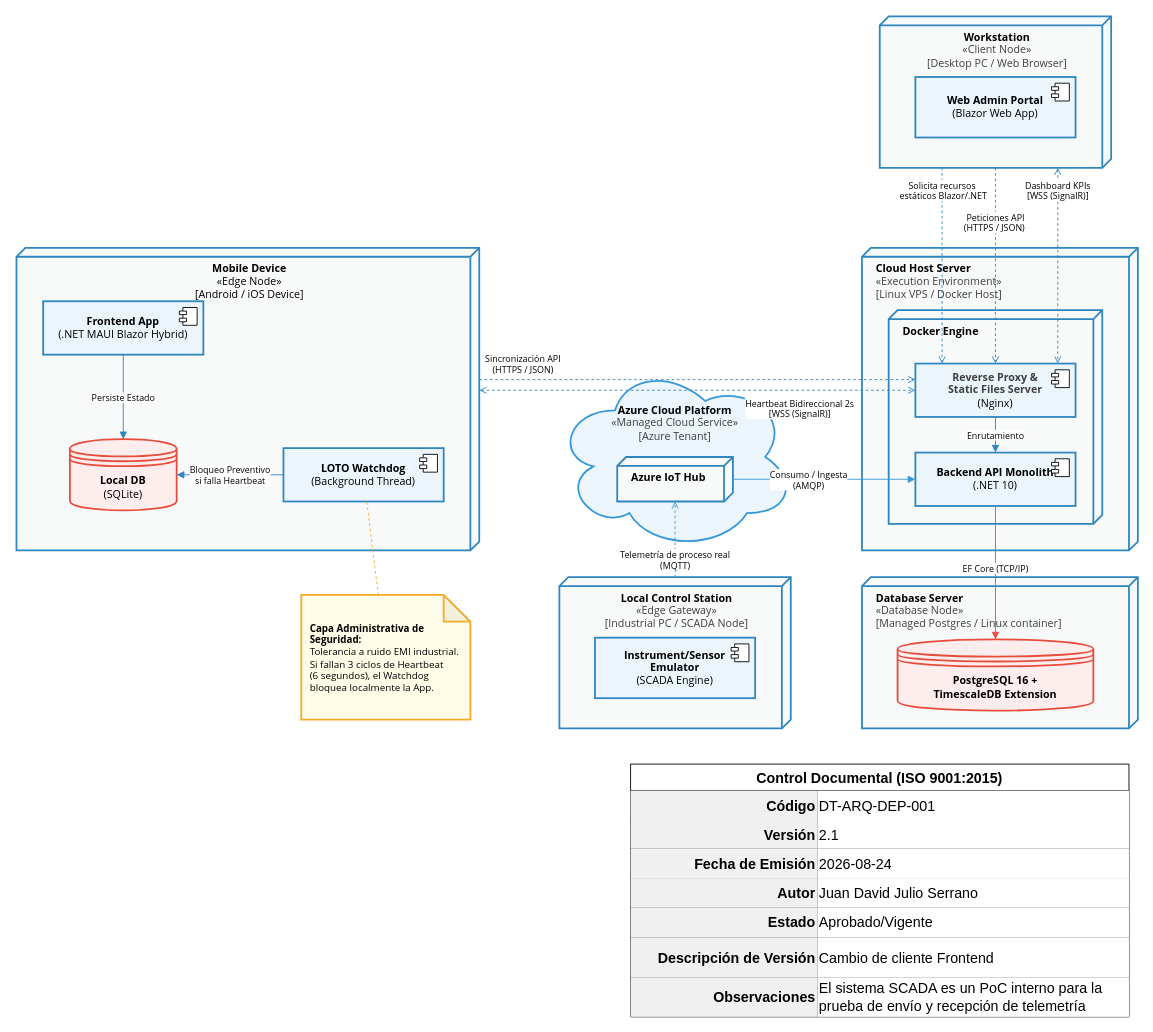
Above: page "Ver 2.x" (2 of 2) of architecture/views/DT-ARQ-DEP-001-deployment-model.drawio in Novav20/adso-dteam-docs (draw.io), before the change. Source tidied: cells renumbered, new cells numbered last; positions are measured from the earlier drawing's top-left corner, leaving out a move shared by most shapes. Both pictures are drawn from the tidied source at 89%, with x=0, y=0 at pixel (16, 16).
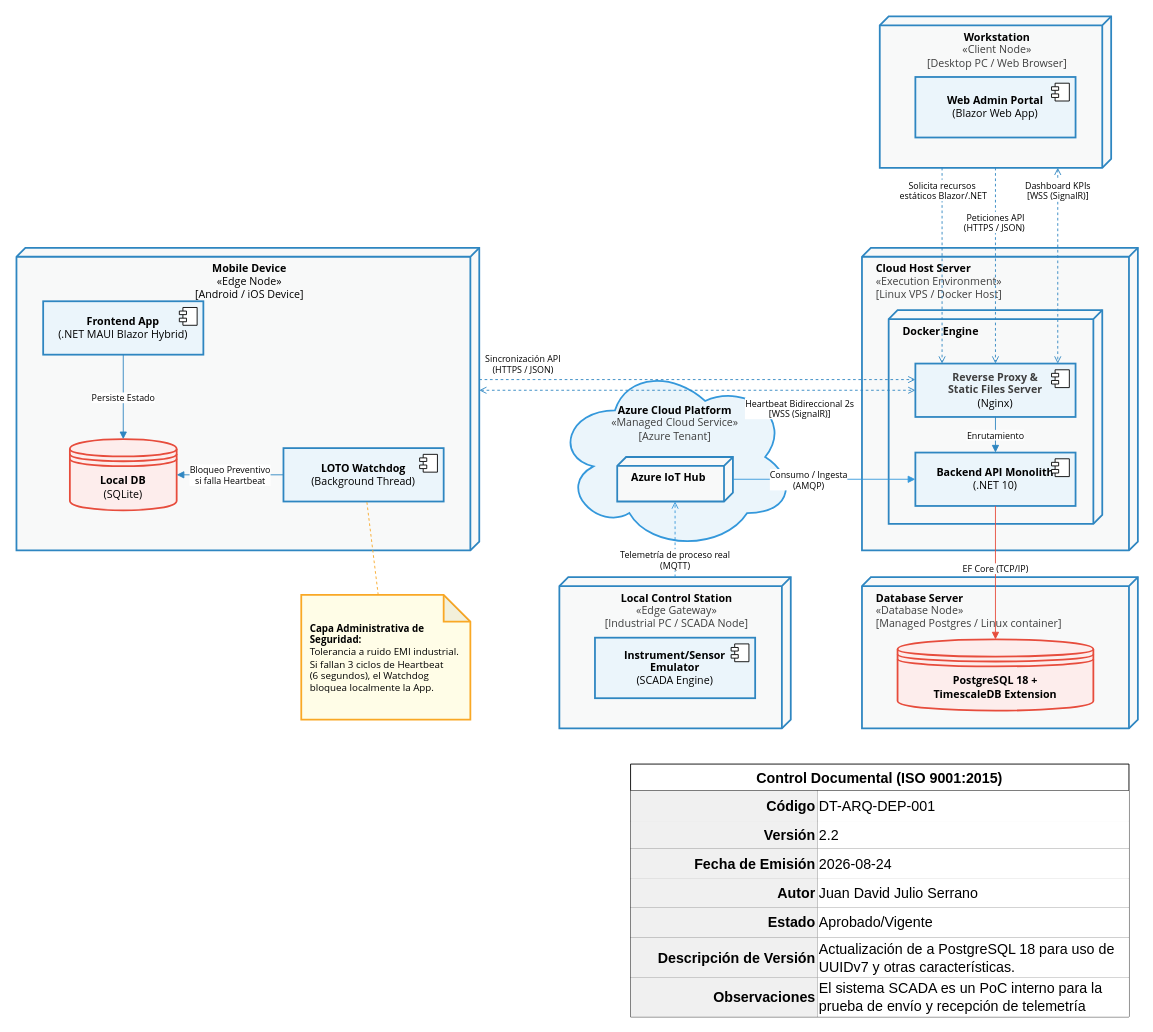
Above is the later version.

Commit message (it also covers changes not shown here):
feat: remove puml conceptual model in favor of drawio; update PostgreSQL 16 to 18 from tech stack

Unchanged cells that the change refers to:
```xml
<mxCell id="31" style="shape=tableRow;horizontal=0;startSize=0;swimlaneHead=0;swimlaneBody=0;strokeColor=inherit;top=0;left=0;bottom=0;right=0;fillColor=none;fontSize=16;" parent="27" vertex="1">
  <mxGeometry y="64" width="560" height="31" as="geometry" />
</mxCell>
<mxCell id="43" style="shape=tableRow;horizontal=0;startSize=0;swimlaneHead=0;swimlaneBody=0;strokeColor=inherit;top=0;left=0;bottom=0;right=0;fillColor=none;fontSize=16;" parent="27" vertex="1">
  <mxGeometry y="195" width="560" height="45" as="geometry" />
</mxCell>
```

Diff of the diagram source:
```diff
@@
-    <mxCell id="17" value="&lt;b&gt;PostgreSQL 16 +&lt;/b&gt;&lt;br/&gt;&lt;b&gt;TimescaleDB Extension&lt;/b&gt;" style="shape=datastore;whiteSpace=wrap;html=1;fillColor=#FDEDEC;strokeColor=#E74C3C;strokeWidth=2;fontSize=12;fontFamily=Segoe UI;" parent="1" vertex="1">
+    <mxCell id="17" value="&lt;b&gt;PostgreSQL 18 +&lt;/b&gt;&lt;br&gt;&lt;b&gt;TimescaleDB Extension&lt;/b&gt;" style="shape=datastore;whiteSpace=wrap;html=1;fillColor=#FDEDEC;strokeColor=#E74C3C;strokeWidth=2;fontSize=12;fontFamily=Segoe UI;" parent="1" vertex="1">
       <mxGeometry x="990" y="700" width="220" height="80" as="geometry" />
     </mxCell>
@@
-    <mxCell id="33" value="2.1" style="shape=partialRectangle;html=1;whiteSpace=wrap;strokeColor=inherit;overflow=hidden;fillColor=default;top=0;left=0;bottom=0;right=0;fontSize=16;align=left;" parent="31" vertex="1">
+    <mxCell id="33" value="2.2" style="shape=partialRectangle;html=1;whiteSpace=wrap;strokeColor=inherit;overflow=hidden;fillColor=default;top=0;left=0;bottom=0;right=0;fontSize=16;align=left;" parent="31" vertex="1">
       <mxGeometry x="210" width="350" height="31" as="geometry" />
     </mxCell>
@@
-    <mxCell id="45" value="&lt;span style=&quot;color: rgb(0, 0, 0);&quot;&gt;Cambio de cliente Frontend&lt;/span&gt;" style="shape=partialRectangle;html=1;whiteSpace=wrap;strokeColor=inherit;overflow=hidden;fillColor=default;top=0;left=0;bottom=0;right=0;fontSize=16;align=left;" parent="43" vertex="1">
+    <mxCell id="45" value="&lt;span style=&quot;color: rgb(0, 0, 0);&quot;&gt;Actualización de a PostgreSQL 18 para uso de UUIDv7 y otras características.&lt;/span&gt;" style="shape=partialRectangle;html=1;whiteSpace=wrap;strokeColor=inherit;overflow=hidden;fillColor=default;top=0;left=0;bottom=0;right=0;fontSize=16;align=left;" parent="43" vertex="1">
       <mxGeometry x="210" width="350" height="45" as="geometry" />
     </mxCell>
```
